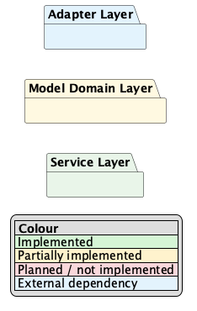
Before: docs/class.png, a diagram exported from PlantUML (GuilhermeCosta-Ferreira/NeuroFrame-package).
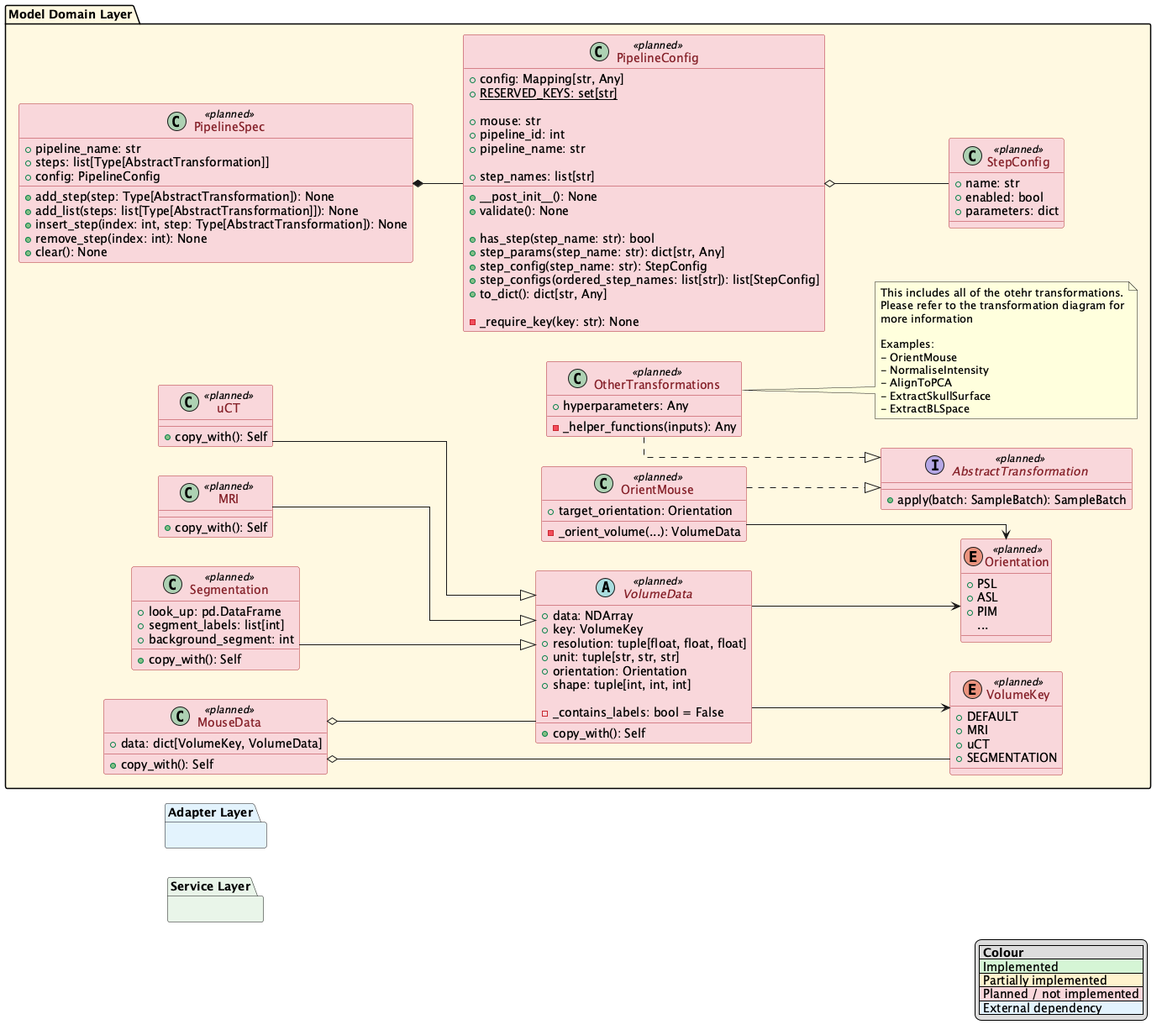
Later version of the same file.

Commit message:
docs: added planned v1 for domain layer

The edit, as a diff of the source:
```diff
@@ -37,7 +37,158 @@
 
 
 package "Model Domain Layer" #FFF8E1 {
+    enum VolumeKey <<planned>> {
+        + DEFAULT
+        + MRI
+        + uCT
+        + SEGMENTATION
+    }
 
+
+    enum Orientation <<planned>> {
+        + PSL
+        + ASL
+        + PIM
+        ...
+    }
+
+
+    abstract class VolumeData <<planned>> {
+        + data: NDArray
+        + key: VolumeKey
+        + resolution: tuple[float, float, float]
+        + unit: tuple[str, str, str]
+        + orientation: Orientation
+        + shape: tuple[int, int, int]
+
+        - _contains_labels: bool = False
+
+        + copy_with(): Self
+    }
+    VolumeData --> VolumeKey
+    VolumeData --> Orientation
+
+
+    class MRI <<planned>> {
+        + copy_with(): Self
+    }
+    MRI --|> VolumeData
+
+
+    class uCT <<planned>> {
+        + copy_with(): Self
+    }
+    uCT --|> VolumeData
+
+
+    class Segmentation <<planned>> {
+        + look_up: pd.DataFrame
+        + segment_labels: list[int]
+        + background_segment: int
+
+        + copy_with(): Self
+    }
+    Segmentation --|> VolumeData
+
+
+    class MouseData <<planned>> {
+        + data: dict[VolumeKey, VolumeData]
+
+        + copy_with(): Self
+    }
+    MouseData o-- VolumeData
+    MouseData o-- VolumeKey
+
+
+    interface AbstractTransformation <<planned>>{
+        + apply(batch: SampleBatch): SampleBatch
+    }
+    !if ($SHOW_DEPENDENCIES == 1)
+    AbstractTransformation ..> MouseData
+    !endif
+
+
+    class OrientMouse <<planned>> {
+        + target_orientation: Orientation
+
+        - _orient_volume(...): VolumeData
+    }
+    OrientMouse ..|> AbstractTransformation
+    OrientMouse --> Orientation
+    !if ($SHOW_DEPENDENCIES == 1)
+    OrientMouse ..> VolumeData
+    !endif
+
+
+    class OtherTransformations <<planned>> {
+        + hyperparameters: Any
+
+        - _helper_functions(inputs): Any
+    }
+    OtherTransformations ..|> AbstractTransformation
+
+
+    note right of OtherTransformations
+    This includes all of the otehr transformations.
+    Please refer to the transformation diagram for
+    more information
+
+    Examples:
+    - OrientMouse
+    - NormaliseIntensity
+    - AlignToPCA
+    - ExtractSkullSurface
+    - ExtractBLSpace
+    end note
+
+
+    class PipelineSpec <<planned>> {
+        + pipeline_name: str
+        + steps: list[Type[AbstractTransformation]]
+        + config: PipelineConfig
+
+        + add_step(step: Type[AbstractTransformation]): None
+        + add_list(steps: list[Type[AbstractTransformation]]): None
+        + insert_step(index: int, step: Type[AbstractTransformation]): None
+        + remove_step(index: int): None
+        + clear(): None
+    }
+    PipelineSpec *-- PipelineConfig
+    !if ($SHOW_DEPENDENCIES == 1)
+    PipelineSpec ..> AbstractTransformation : step types
+    !endif
+
+
+
+    class PipelineConfig <<planned>> {
+        + config: Mapping[str, Any]
+        {static} + RESERVED_KEYS: set[str]
+
+        + mouse: str
+        + pipeline_id: int
+        + pipeline_name: str
+
+        + step_names: list[str]
+
+        + __post_init__(): None
+        + validate(): None
+
+        + has_step(step_name: str): bool
+        + step_params(step_name: str): dict[str, Any]
+        + step_config(step_name: str): StepConfig
+        + step_configs(ordered_step_names: list[str]): list[StepConfig]
+        + to_dict(): dict[str, Any]
+
+        - _require_key(key: str): None
+    }
+    PipelineConfig o-- StepConfig
+
+
+    class StepConfig <<planned>> {
+        + name: str
+        + enabled: bool
+        + parameters: dict
+    }
 }
 
 
```
